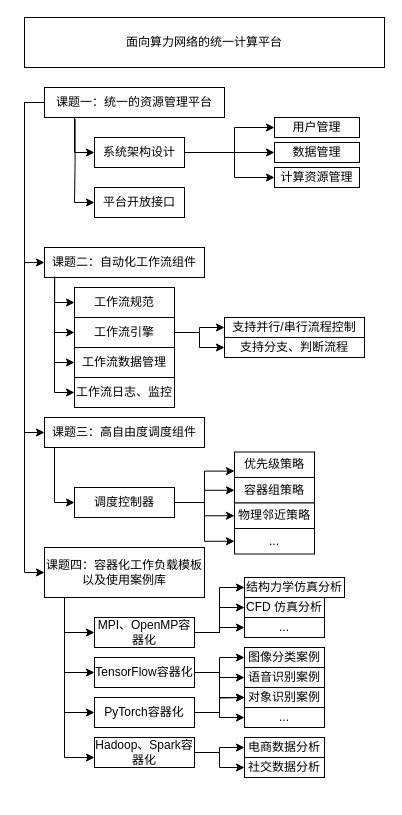
Fruneng/drawio-storage keeps this draw.io diagram as page "第 2 页" (2 of 2) of suanflow.drawio. Above is the earlier version. Source tidied: cells renumbered, new cells numbered last; positions are measured from the earlier drawing's top-left corner, leaving out a move shared by most shapes. Both pictures are drawn from the tidied source at 100%, with x=0, y=0 at pixel (24, 17).
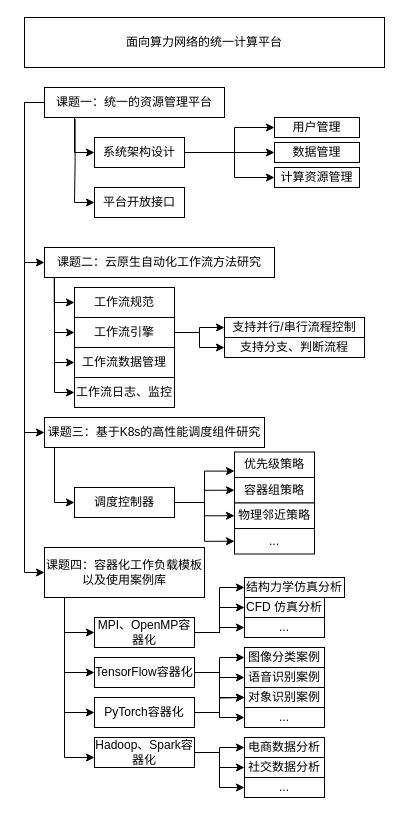
The same page after the edit.

Unchanged cells that the change refers to:
```xml
<mxCell id="26" value="Hadoop、Spark容器化" style="rounded=0;whiteSpace=wrap;html=1;" parent="1" vertex="1">
  <mxGeometry x="70" y="720" width="100" height="30" as="geometry" />
</mxCell>
<mxCell id="41" value="工作流引擎" style="rounded=0;whiteSpace=wrap;html=1;" parent="1" vertex="1">
  <mxGeometry x="50" y="300" width="100" height="30" as="geometry" />
</mxCell>
```

Diff of the diagram source:
```diff
@@
-    <mxCell id="7" value="课题二：自动化工作流组件" style="rounded=0;whiteSpace=wrap;html=1;" parent="1" vertex="1">
-      <mxGeometry x="20" y="230" width="160" height="30" as="geometry" />
+    <mxCell id="7" value="课题二：云原生自动化工作流方法研究" style="rounded=0;whiteSpace=wrap;html=1;" parent="1" vertex="1">
+      <mxGeometry x="20" y="230" width="230" height="30" as="geometry" />
     </mxCell>
@@
-    <mxCell id="9" value="课题三：高自由度调度组件" style="rounded=0;whiteSpace=wrap;html=1;" parent="1" vertex="1">
-      <mxGeometry x="20" y="400" width="160" height="30" as="geometry" />
+    <mxCell id="9" value="课题三：基于K8s的高性能调度组件研究" style="rounded=0;whiteSpace=wrap;html=1;" parent="1" vertex="1">
+      <mxGeometry x="20" y="400" width="220" height="30" as="geometry" />
     </mxCell>
@@
+    <mxCell id="69" style="edgeStyle=orthogonalEdgeStyle;rounded=0;jettySize=auto;html=1;entryX=0;entryY=0.5;entryDx=0;entryDy=0;" parent="1" edge="1" source="26" target="70">
+      <mxGeometry relative="1" as="geometry" />
+    </mxCell>
@@
-    <mxCell id="42" style="edgeStyle=orthogonalEdgeStyle;rounded=0;jettySize=auto;html=1;entryX=0;entryY=0.5;entryDx=0;entryDy=0;exitX=0.064;exitY=0.967;exitDx=0;exitDy=0;exitPerimeter=0;" parent="1" edge="1" source="7" target="41">
+    <mxCell id="42" style="edgeStyle=orthogonalEdgeStyle;rounded=0;jettySize=auto;html=1;entryX=0;entryY=0.5;entryDx=0;entryDy=0;exitX=0.042;exitY=1.015;exitDx=0;exitDy=0;exitPerimeter=0;" parent="1" edge="1" source="7" target="41">
       <mxGeometry relative="1" as="geometry">
         <Array as="points">
           <mxPoint x="30" y="263" />
-          <mxPoint x="30" y="325" />
+          <mxPoint x="30" y="263" />
+          <mxPoint x="30" y="315" />
         </Array>
       </mxGeometry>
     </mxCell>
@@
+    <mxCell id="70" value="..." style="rounded=0;whiteSpace=wrap;html=1;" parent="1" vertex="1">
+      <mxGeometry x="220" y="760" width="80" height="20" as="geometry" />
+    </mxCell>
```
